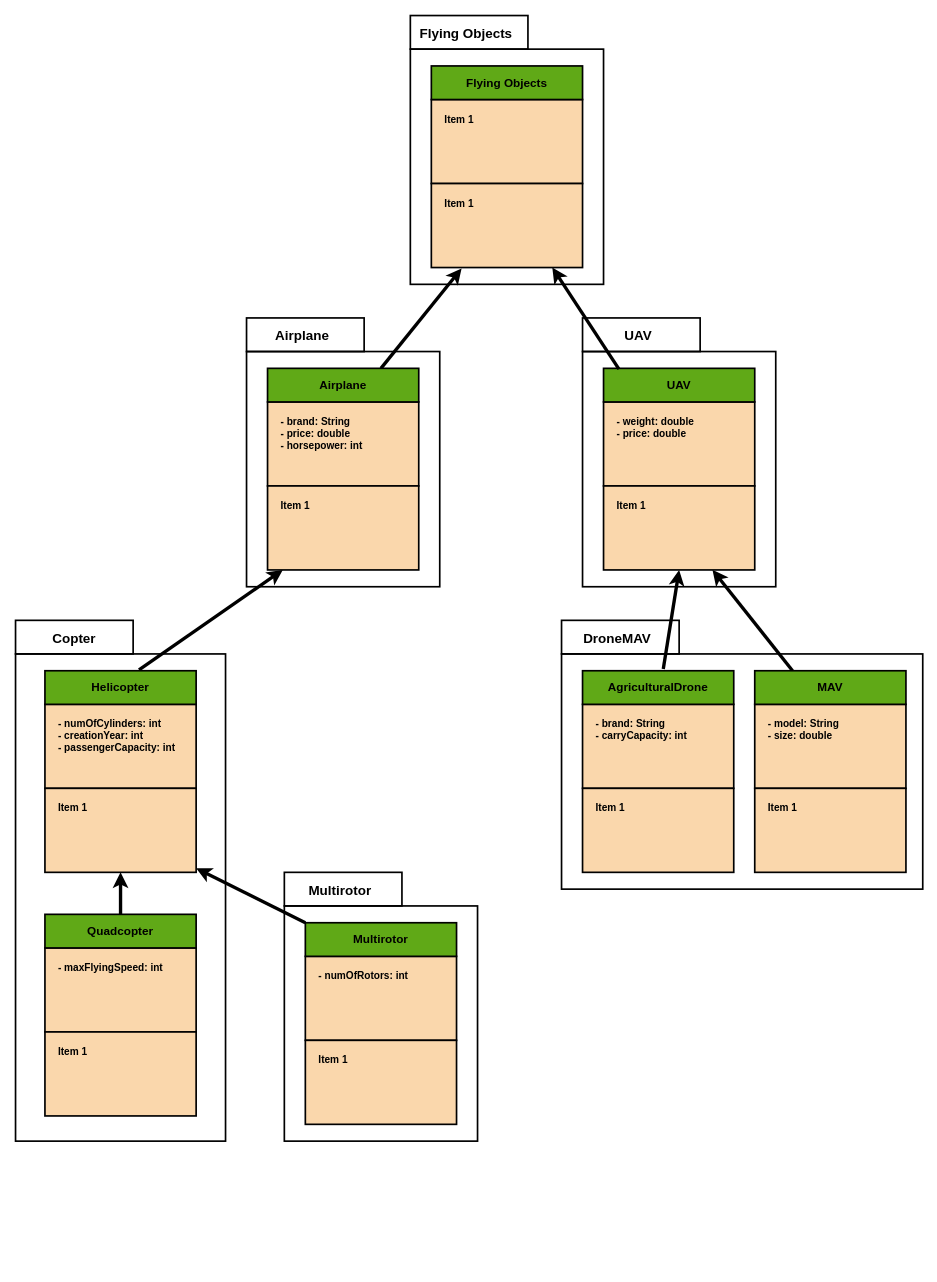
Earlier version of the draw.io diagram UML.drawio (xjetam/Assignment-2-Comp249). Source tidied: cells renumbered, new cells numbered last; positions are measured from the earlier drawing's top-left corner, leaving out a move shared by most shapes. Both pictures are drawn from the tidied source at 84%, with x=0, y=0 at pixel (15, 15).
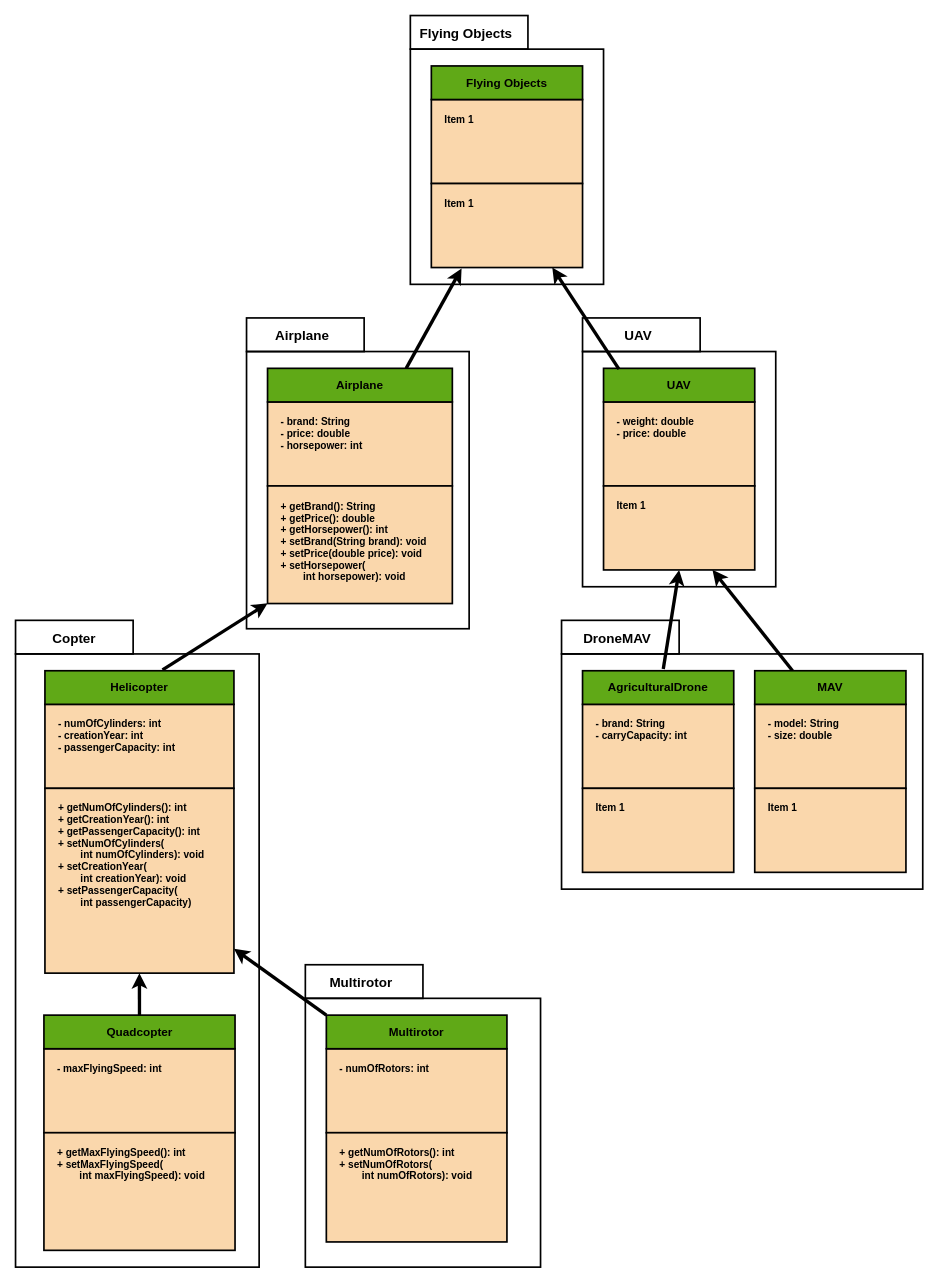
The same diagram, later.

What changed in the source:
```diff
@@
+    <mxCell id="4" style="rounded=0;whiteSpace=wrap;html=1;labelBackgroundColor=none;fontColor=#000000;strokeColor=#000000;strokeWidth=2;fillColor=none;" parent="1" vertex="1">
+      <mxGeometry y="760" width="290" height="730" as="geometry" />
+    </mxCell>
@@
-    <mxCell id="4" style="rounded=0;whiteSpace=wrap;html=1;labelBackgroundColor=none;fontColor=#000000;strokeColor=#000000;strokeWidth=2;fillColor=none;" parent="1" vertex="1">
-      <mxGeometry y="760" width="250" height="580" as="geometry" />
-    </mxCell>
@@
     <mxCell id="23" style="rounded=0;whiteSpace=wrap;html=1;labelBackgroundColor=none;fontColor=#000000;strokeColor=#000000;strokeWidth=2;fillColor=none;" parent="1" vertex="1">
-      <mxGeometry x="275" y="400" width="230" height="280" as="geometry" />
+      <mxGeometry x="275" y="400" width="265" height="330" as="geometry" />
     </mxCell>
     <mxCell id="24" style="rounded=0;whiteSpace=wrap;html=1;labelBackgroundColor=none;strokeWidth=2;fillColor=#fad7ac;strokeColor=#000000;" parent="1" vertex="1">
-      <mxGeometry x="300" y="460" width="180" height="100" as="geometry" />
+      <mxGeometry x="300" y="460" width="220" height="100" as="geometry" />
     </mxCell>
@@
     <mxCell id="26" value="&lt;font color=&quot;#000000&quot; size=&quot;1&quot;&gt;&lt;b style=&quot;font-size: 14px&quot;&gt;Airplane&lt;/b&gt;&lt;/font&gt;" style="rounded=0;whiteSpace=wrap;html=1;labelBackgroundColor=none;strokeColor=#000000;strokeWidth=2;fillColor=#60a917;fontColor=#ffffff;" parent="1" vertex="1">
-      <mxGeometry x="300" y="420" width="180" height="40" as="geometry" />
+      <mxGeometry x="300" y="420" width="220" height="40" as="geometry" />
     </mxCell>
     <mxCell id="27" style="rounded=0;whiteSpace=wrap;html=1;labelBackgroundColor=none;strokeWidth=2;fillColor=#fad7ac;strokeColor=#000000;" parent="1" vertex="1">
-      <mxGeometry x="300" y="560" width="180" height="100" as="geometry" />
+      <mxGeometry x="300" y="560" width="220" height="140" as="geometry" />
     </mxCell>
-    <mxCell id="28" value="Item 1" style="text;strokeColor=none;fillColor=none;align=left;verticalAlign=top;spacingLeft=4;spacingRight=4;overflow=hidden;labelBackgroundColor=none;fontColor=#000000;fontStyle=1;" parent="1" vertex="1">
-      <mxGeometry x="310" y="570" width="120" height="80" as="geometry" />
+    <mxCell id="28" value="+ getBrand(): String&#10;+ getPrice(): double&#10;+ getHorsepower(): int&#10;+ setBrand(String brand): void&#10;+ setPrice(double price): void&#10;+ setHorsepower(&#10;        int horsepower): void" style="text;strokeColor=none;fillColor=none;align=left;verticalAlign=top;spacingLeft=4;spacingRight=4;overflow=hidden;labelBackgroundColor=none;fontColor=#000000;fontStyle=1;" parent="1" vertex="1">
+      <mxGeometry x="310" y="571" width="200" height="139" as="geometry" />
     </mxCell>
@@
     <mxCell id="31" style="rounded=0;whiteSpace=wrap;html=1;labelBackgroundColor=none;strokeWidth=2;fillColor=#fad7ac;strokeColor=#000000;" parent="1" vertex="1">
-      <mxGeometry x="35" y="820" width="180" height="100" as="geometry" />
+      <mxGeometry x="35" y="820" width="225" height="100" as="geometry" />
     </mxCell>
@@
     <mxCell id="33" value="&lt;font color=&quot;#000000&quot; size=&quot;1&quot;&gt;&lt;b style=&quot;font-size: 14px&quot;&gt;Helicopter&lt;/b&gt;&lt;/font&gt;" style="rounded=0;whiteSpace=wrap;html=1;labelBackgroundColor=none;strokeColor=#000000;strokeWidth=2;fillColor=#60a917;fontColor=#ffffff;" parent="1" vertex="1">
-      <mxGeometry x="35" y="780" width="180" height="40" as="geometry" />
+      <mxGeometry x="35" y="780" width="225" height="40" as="geometry" />
     </mxCell>
+    <mxCell id="67" style="edgeStyle=none;html=1;exitX=0.5;exitY=1;exitDx=0;exitDy=0;" parent="1" edge="1" source="34">
+      <mxGeometry relative="1" as="geometry">
+        <mxPoint x="148" y="1110" as="targetPoint" />
+      </mxGeometry>
+    </mxCell>
     <mxCell id="34" style="rounded=0;whiteSpace=wrap;html=1;labelBackgroundColor=none;strokeWidth=2;fillColor=#fad7ac;strokeColor=#000000;" parent="1" vertex="1">
-      <mxGeometry x="35" y="920" width="180" height="100" as="geometry" />
+      <mxGeometry x="35" y="920" width="225" height="220" as="geometry" />
     </mxCell>
-    <mxCell id="35" value="Item 1" style="text;strokeColor=none;fillColor=none;align=left;verticalAlign=top;spacingLeft=4;spacingRight=4;overflow=hidden;labelBackgroundColor=none;fontColor=#000000;fontStyle=1;" parent="1" vertex="1">
-      <mxGeometry x="45" y="930" width="120" height="80" as="geometry" />
+    <mxCell id="35" value="+ getNumOfCylinders(): int&#10;+ getCreationYear(): int&#10;+ getPassengerCapacity(): int&#10;+ setNumOfCylinders(&#10;        int numOfCylinders): void&#10;+ setCreationYear(&#10;        int creationYear): void&#10;+ setPassengerCapacity(&#10;        int passengerCapacity)" style="text;strokeColor=none;fillColor=none;align=left;verticalAlign=top;spacingLeft=4;spacingRight=4;overflow=hidden;labelBackgroundColor=none;fontColor=#000000;fontStyle=1;" parent="1" vertex="1">
+      <mxGeometry x="45" y="930" width="205" height="150" as="geometry" />
     </mxCell>
@@
     <mxCell id="38" style="rounded=0;whiteSpace=wrap;html=1;labelBackgroundColor=none;strokeWidth=2;fillColor=#fad7ac;strokeColor=#000000;" parent="1" vertex="1">
-      <mxGeometry x="35" y="1110" width="180" height="100" as="geometry" />
+      <mxGeometry x="33.8" y="1230" width="227.5" height="100" as="geometry" />
     </mxCell>
     <mxCell id="39" value="- maxFlyingSpeed: int" style="text;strokeColor=none;fillColor=none;align=left;verticalAlign=top;spacingLeft=4;spacingRight=4;overflow=hidden;labelBackgroundColor=none;fontColor=#000000;fontStyle=1;" parent="1" vertex="1">
-      <mxGeometry x="45" y="1120" width="155" height="80" as="geometry" />
+      <mxGeometry x="43.8" y="1240" width="155" height="80" as="geometry" />
     </mxCell>
@@
     <mxCell id="41" value="&lt;font color=&quot;#000000&quot; size=&quot;1&quot;&gt;&lt;b style=&quot;font-size: 14px&quot;&gt;Quadcopter&lt;/b&gt;&lt;/font&gt;" style="rounded=0;whiteSpace=wrap;html=1;labelBackgroundColor=none;strokeColor=#000000;strokeWidth=2;fillColor=#60a917;fontColor=#ffffff;" parent="1" vertex="1">
-      <mxGeometry x="35" y="1070" width="180" height="40" as="geometry" />
+      <mxGeometry x="33.8" y="1190" width="227.5" height="40" as="geometry" />
     </mxCell>
     <mxCell id="42" style="rounded=0;whiteSpace=wrap;html=1;labelBackgroundColor=none;strokeWidth=2;fillColor=#fad7ac;strokeColor=#000000;" parent="1" vertex="1">
-      <mxGeometry x="35" y="1210" width="180" height="100" as="geometry" />
+      <mxGeometry x="33.8" y="1330" width="227.5" height="140" as="geometry" />
     </mxCell>
-    <mxCell id="43" value="Item 1" style="text;strokeColor=none;fillColor=none;align=left;verticalAlign=top;spacingLeft=4;spacingRight=4;overflow=hidden;labelBackgroundColor=none;fontColor=#000000;fontStyle=1;" parent="1" vertex="1">
-      <mxGeometry x="45" y="1220" width="120" height="80" as="geometry" />
+    <mxCell id="43" value="+ getMaxFlyingSpeed(): int&#10;+ setMaxFlyingSpeed(&#10;        int maxFlyingSpeed): void" style="text;strokeColor=none;fillColor=none;align=left;verticalAlign=top;spacingLeft=4;spacingRight=4;overflow=hidden;labelBackgroundColor=none;fontColor=#000000;fontStyle=1;" parent="1" vertex="1">
+      <mxGeometry x="43.8" y="1340" width="205" height="80" as="geometry" />
     </mxCell>
@@
     <mxCell id="50" style="rounded=0;whiteSpace=wrap;html=1;labelBackgroundColor=none;fontColor=#000000;strokeColor=#000000;strokeWidth=2;fillColor=none;" parent="1" vertex="1">
-      <mxGeometry x="320" y="1060" width="230" height="280" as="geometry" />
+      <mxGeometry x="345" y="1170" width="280" height="320" as="geometry" />
     </mxCell>
     <mxCell id="51" style="rounded=0;whiteSpace=wrap;html=1;labelBackgroundColor=none;strokeWidth=2;fillColor=#fad7ac;strokeColor=#000000;" parent="1" vertex="1">
-      <mxGeometry x="345" y="1120" width="180" height="100" as="geometry" />
+      <mxGeometry x="370" y="1230" width="215" height="100" as="geometry" />
     </mxCell>
     <mxCell id="52" value="- numOfRotors: int" style="text;strokeColor=none;fillColor=none;align=left;verticalAlign=top;spacingLeft=4;spacingRight=4;overflow=hidden;labelBackgroundColor=none;fontColor=#000000;fontStyle=1;" parent="1" vertex="1">
-      <mxGeometry x="355" y="1130" width="120" height="80" as="geometry" />
+      <mxGeometry x="380" y="1240" width="120" height="80" as="geometry" />
     </mxCell>
@@
     <mxCell id="54" value="&lt;font color=&quot;#000000&quot; size=&quot;1&quot;&gt;&lt;b style=&quot;font-size: 14px&quot;&gt;Multirotor&lt;/b&gt;&lt;/font&gt;" style="rounded=0;whiteSpace=wrap;html=1;labelBackgroundColor=none;strokeColor=#000000;strokeWidth=2;fillColor=#60a917;fontColor=#ffffff;" parent="1" vertex="1">
-      <mxGeometry x="345" y="1080" width="180" height="40" as="geometry" />
+      <mxGeometry x="370" y="1190" width="215" height="40" as="geometry" />
     </mxCell>
     <mxCell id="55" style="rounded=0;whiteSpace=wrap;html=1;labelBackgroundColor=none;strokeWidth=2;fillColor=#fad7ac;strokeColor=#000000;" parent="1" vertex="1">
-      <mxGeometry x="345" y="1220" width="180" height="100" as="geometry" />
+      <mxGeometry x="370" y="1330" width="215" height="130" as="geometry" />
     </mxCell>
-    <mxCell id="56" value="Item 1" style="text;strokeColor=none;fillColor=none;align=left;verticalAlign=top;spacingLeft=4;spacingRight=4;overflow=hidden;labelBackgroundColor=none;fontColor=#000000;fontStyle=1;" parent="1" vertex="1">
-      <mxGeometry x="355" y="1230" width="120" height="80" as="geometry" />
+    <mxCell id="56" value="+ getNumOfRotors(): int&#10;+ setNumOfRotors(&#10;        int numOfRotors): void" style="text;strokeColor=none;fillColor=none;align=left;verticalAlign=top;spacingLeft=4;spacingRight=4;overflow=hidden;labelBackgroundColor=none;fontColor=#000000;fontStyle=1;" parent="1" vertex="1">
+      <mxGeometry x="380" y="1340" width="185" height="100" as="geometry" />
     </mxCell>
     <mxCell id="57" style="rounded=0;whiteSpace=wrap;html=1;labelBackgroundColor=none;fontColor=#000000;strokeColor=#000000;strokeWidth=2;fillColor=none;" parent="1" vertex="1">
-      <mxGeometry x="320" y="1020" width="140" height="40" as="geometry" />
+      <mxGeometry x="345" y="1130" width="140" height="40" as="geometry" />
     </mxCell>
     <mxCell id="58" value="Multirotor" style="text;strokeColor=none;fillColor=none;align=center;verticalAlign=top;spacingLeft=4;spacingRight=4;overflow=hidden;labelBackgroundColor=none;fontColor=#000000;fontStyle=1;fontSize=16;" parent="1" vertex="1">
-      <mxGeometry x="320" y="1025" width="133" height="35" as="geometry" />
+      <mxGeometry x="345" y="1135" width="133" height="35" as="geometry" />
     </mxCell>
```
